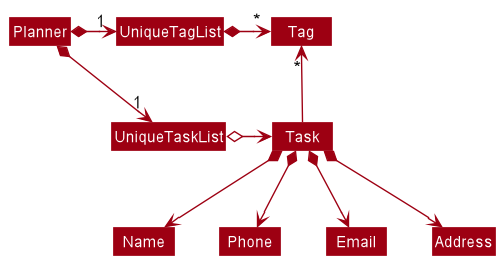
Before: docs/images/BetterModelClassDiagram.png, a diagram exported from PlantUML (nus-cs2103-AY2021S2/tp). Its diagram source:
```plantuml
@startuml
!include style.puml
skinparam arrowThickness 1.1
skinparam arrowColor MODEL_COLOR
skinparam classBackgroundColor MODEL_COLOR

Planner *-right-> "1" UniqueTaskList
Planner *-right-> "1" UniqueTagList
UniqueTagList -[hidden]down- UniqueTaskList
UniqueTagList -[hidden]down- UniqueTaskList

UniqueTagList *-right-> "*" Tag
UniqueTaskList o-right-> Task

Task -up-> "*" Tag

Task *--> Name
Task *--> Phone
Task *--> Email
Task *--> Address
@enduml
```
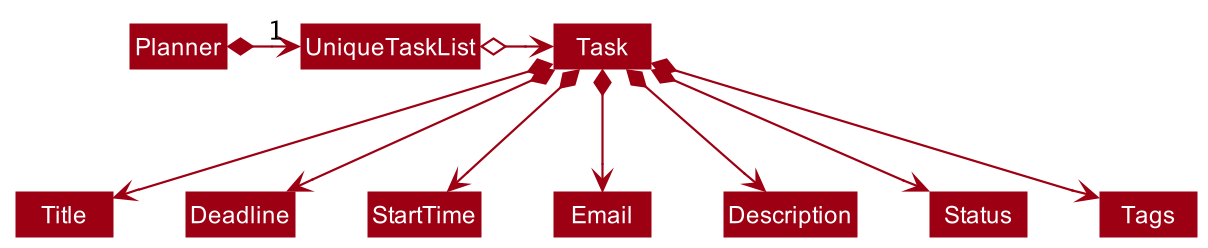
The same diagram one commit later.

Commit message:
Modify the diagrams in the DG to suit PlanIT implementation

Diff of the diagram source:
```diff
@@ -5,17 +5,14 @@
 skinparam classBackgroundColor MODEL_COLOR
 
 Planner *-right-> "1" UniqueTaskList
-Planner *-right-> "1" UniqueTagList
-UniqueTagList -[hidden]down- UniqueTaskList
-UniqueTagList -[hidden]down- UniqueTaskList
-
-UniqueTagList *-right-> "*" Tag
 UniqueTaskList o-right-> Task
 
-Task -up-> "*" Tag
 
-Task *--> Name
-Task *--> Phone
+Task *--> Title
+Task *--> Deadline
+Task *--> StartTime
 Task *--> Email
-Task *--> Address
+Task *--> Description
+Task *--> Status
+Task *--> Tags
 @enduml
```
